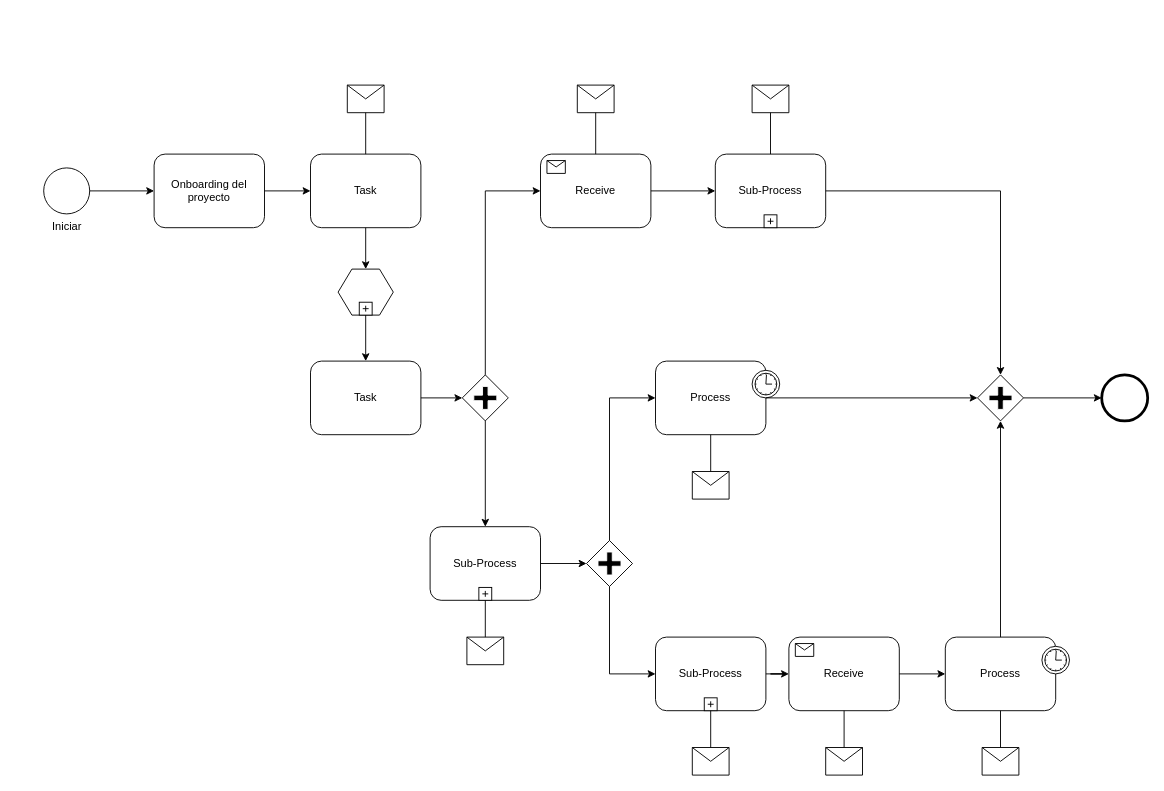
Before: Diagrama sin título.drawio in YOviedo-2402/hello-git, a draw.io diagram. Source tidied: cells renumbered, new cells numbered last; positions are measured from the earlier drawing's top-left corner, leaving out a move shared by most shapes. Both pictures are drawn from the tidied source at 92%, with x=0, y=0 at pixel (43, 85).
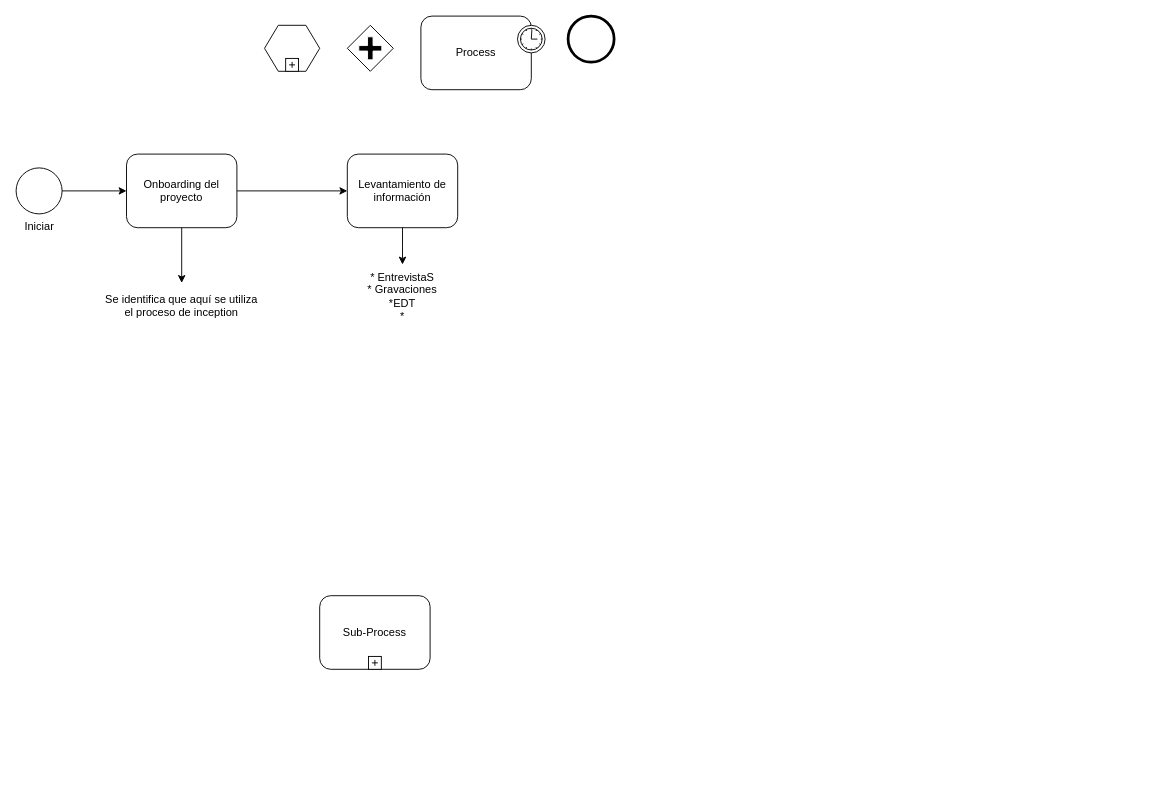
The same diagram, later.

What changed in the source:
```diff
@@
     <mxCell id="2" value="Iniciar" style="shape=mxgraph.bpmn.shape;html=1;verticalLabelPosition=bottom;labelBackgroundColor=#ffffff;verticalAlign=top;perimeter=ellipsePerimeter;outline=standard;symbol=general;" parent="1" vertex="1">
-      <mxGeometry y="90" width="50" height="50" as="geometry" />
+      <mxGeometry x="-30" y="90" width="50" height="50" as="geometry" />
     </mxCell>
     <mxCell id="3" value="Onboarding del proyecto" style="shape=ext;rounded=1;html=1;whiteSpace=wrap;" parent="1" vertex="1">
-      <mxGeometry x="120" y="75" width="120" height="80" as="geometry" />
+      <mxGeometry x="90" y="75" width="120" height="80" as="geometry" />
     </mxCell>
-    <mxCell id="4" value="Task" style="shape=ext;rounded=1;html=1;whiteSpace=wrap;" parent="1" vertex="1">
-      <mxGeometry x="290" y="75" width="120" height="80" as="geometry" />
+    <mxCell id="4" value="Levantamiento de información" style="shape=ext;rounded=1;html=1;whiteSpace=wrap;" parent="1" vertex="1">
+      <mxGeometry x="330" y="75" width="120" height="80" as="geometry" />
     </mxCell>
-    <mxCell id="5" style="shape=message;whiteSpace=wrap;html=1;" parent="1" vertex="1">
-      <mxGeometry x="330" width="40" height="30" as="geometry" />
-    </mxCell>
     <mxCell id="6" style="shape=hexagon;whiteSpace=wrap;html=1;perimeter=hexagonPerimeter;" parent="1" vertex="1">
-      <mxGeometry x="320" y="200" width="60" height="50" as="geometry" />
+      <mxGeometry x="240" y="-65" width="60" height="50" as="geometry" />
     </mxCell>
@@
-    <mxCell id="8" value="Task" style="shape=ext;rounded=1;html=1;whiteSpace=wrap;" parent="1" vertex="1">
-      <mxGeometry x="290" y="300" width="120" height="80" as="geometry" />
-    </mxCell>
-    <mxCell id="9" style="shape=mxgraph.bpmn.shape;html=1;verticalLabelPosition=bottom;labelBackgroundColor=#ffffff;verticalAlign=top;perimeter=rhombusPerimeter;background=gateway;outline=none;symbol=parallelGw;" parent="1" vertex="1">
-      <mxGeometry x="455" y="315" width="50" height="50" as="geometry" />
-    </mxCell>
-    <mxCell id="10" value="Sub-Process" style="html=1;whiteSpace=wrap;rounded=1;" parent="1" vertex="1">
-      <mxGeometry x="730" y="75" width="120" height="80" as="geometry" />
-    </mxCell>
-    <mxCell id="11" style="html=1;shape=plus;" parent="10" vertex="1">
-      <mxGeometry x="0.5" y="1" width="14" height="14" relative="1" as="geometry">
-        <mxPoint x="-7" y="-14" as="offset" />
-      </mxGeometry>
-    </mxCell>
-    <mxCell id="12" value="Receive" style="html=1;whiteSpace=wrap;rounded=1;" parent="1" vertex="1">
-      <mxGeometry x="540" y="75" width="120" height="80" as="geometry" />
-    </mxCell>
-    <mxCell id="13" style="html=1;shape=message;" parent="12" vertex="1">
-      <mxGeometry width="20" height="14" relative="1" as="geometry">
-        <mxPoint x="7" y="7" as="offset" />
-      </mxGeometry>
-    </mxCell>
-    <mxCell id="14" value="Process" style="html=1;whiteSpace=wrap;rounded=1;" parent="1" vertex="1">
-      <mxGeometry x="665" y="300" width="120" height="80" as="geometry" />
-    </mxCell>
-    <mxCell id="15" style="shape=mxgraph.bpmn.timer_start;perimeter=ellipsePerimeter;html=1;labelPosition=right;labelBackgroundColor=#ffffff;align=left;" parent="14" vertex="1">
-      <mxGeometry x="1" width="30" height="30" relative="1" as="geometry">
-        <mxPoint x="-15" y="10" as="offset" />
-      </mxGeometry>
-    </mxCell>
-    <mxCell id="16" value="Process" style="html=1;whiteSpace=wrap;rounded=1;" parent="1" vertex="1">
-      <mxGeometry x="980" y="600" width="120" height="80" as="geometry" />
-    </mxCell>
-    <mxCell id="17" style="shape=mxgraph.bpmn.timer_start;perimeter=ellipsePerimeter;html=1;labelPosition=right;labelBackgroundColor=#ffffff;align=left;" parent="16" vertex="1">
-      <mxGeometry x="1" width="30" height="30" relative="1" as="geometry">
-        <mxPoint x="-15" y="10" as="offset" />
-      </mxGeometry>
-    </mxCell>
-    <mxCell id="18" value="Receive" style="html=1;whiteSpace=wrap;rounded=1;" parent="1" vertex="1">
-      <mxGeometry x="810" y="600" width="120" height="80" as="geometry" />
-    </mxCell>
-    <mxCell id="19" style="html=1;shape=message;" parent="18" vertex="1">
-      <mxGeometry width="20" height="14" relative="1" as="geometry">
-        <mxPoint x="7" y="7" as="offset" />
-      </mxGeometry>
-    </mxCell>
-    <mxCell id="20" value="Sub-Process" style="html=1;whiteSpace=wrap;rounded=1;" parent="1" vertex="1">
-      <mxGeometry x="665" y="600" width="120" height="80" as="geometry" />
-    </mxCell>
-    <mxCell id="21" style="html=1;shape=plus;" parent="20" vertex="1">
-      <mxGeometry x="0.5" y="1" width="14" height="14" relative="1" as="geometry">
-        <mxPoint x="-7" y="-14" as="offset" />
-      </mxGeometry>
-    </mxCell>
-    <mxCell id="22" style="shape=mxgraph.bpmn.shape;html=1;verticalLabelPosition=bottom;labelBackgroundColor=#ffffff;verticalAlign=top;perimeter=rhombusPerimeter;background=gateway;outline=none;symbol=parallelGw;" parent="1" vertex="1">
-      <mxGeometry x="1015" y="315" width="50" height="50" as="geometry" />
-    </mxCell>
     <mxCell id="23" style="shape=mxgraph.bpmn.shape;html=1;verticalLabelPosition=bottom;labelBackgroundColor=#ffffff;verticalAlign=top;perimeter=ellipsePerimeter;outline=end;symbol=general;" parent="1" vertex="1">
-      <mxGeometry x="1150" y="315" width="50" height="50" as="geometry" />
+      <mxGeometry x="570" y="-75" width="50" height="50" as="geometry" />
     </mxCell>
-    <mxCell id="24" style="shape=message;whiteSpace=wrap;html=1;" parent="1" vertex="1">
-      <mxGeometry x="580" width="40" height="30" as="geometry" />
-    </mxCell>
-    <mxCell id="25" style="shape=message;whiteSpace=wrap;html=1;" parent="1" vertex="1">
-      <mxGeometry x="770" width="40" height="30" as="geometry" />
-    </mxCell>
-    <mxCell id="26" value="Sub-Process" style="html=1;whiteSpace=wrap;rounded=1;" parent="1" vertex="1">
-      <mxGeometry x="420" y="480" width="120" height="80" as="geometry" />
-    </mxCell>
-    <mxCell id="27" style="html=1;shape=plus;" parent="26" vertex="1">
-      <mxGeometry x="0.5" y="1" width="14" height="14" relative="1" as="geometry">
-        <mxPoint x="-7" y="-14" as="offset" />
-      </mxGeometry>
-    </mxCell>
-    <mxCell id="28" style="shape=message;whiteSpace=wrap;html=1;" parent="1" vertex="1">
-      <mxGeometry x="460" y="600" width="40" height="30" as="geometry" />
-    </mxCell>
-    <mxCell id="29" style="shape=message;whiteSpace=wrap;html=1;" parent="1" vertex="1">
-      <mxGeometry x="850" y="720" width="40" height="30" as="geometry" />
-    </mxCell>
-    <mxCell id="30" style="shape=message;whiteSpace=wrap;html=1;" parent="1" vertex="1">
-      <mxGeometry x="1020" y="720" width="40" height="30" as="geometry" />
-    </mxCell>
-    <mxCell id="31" style="shape=message;whiteSpace=wrap;html=1;" parent="1" vertex="1">
-      <mxGeometry x="705" y="720" width="40" height="30" as="geometry" />
-    </mxCell>
-    <mxCell id="32" style="shape=message;whiteSpace=wrap;html=1;" parent="1" vertex="1">
-      <mxGeometry x="705" y="420" width="40" height="30" as="geometry" />
-    </mxCell>
@@
-    <mxCell id="34" style="edgeStyle=orthogonalEdgeStyle;rounded=0;html=1;jettySize=auto;endArrow=none;endFill=0;" parent="1" edge="1" source="5" target="4">
-      <mxGeometry relative="1" as="geometry" />
-    </mxCell>
@@
-    <mxCell id="36" style="edgeStyle=orthogonalEdgeStyle;rounded=0;html=1;jettySize=auto;" parent="1" edge="1" source="12" target="10">
-      <mxGeometry relative="1" as="geometry" />
-    </mxCell>
-    <mxCell id="37" style="edgeStyle=orthogonalEdgeStyle;rounded=0;html=1;jettySize=auto;endArrow=none;endFill=0;" parent="1" edge="1" source="24" target="12">
-      <mxGeometry relative="1" as="geometry" />
-    </mxCell>
-    <mxCell id="38" style="edgeStyle=orthogonalEdgeStyle;rounded=0;html=1;jettySize=auto;endArrow=none;endFill=0;" parent="1" edge="1" source="25" target="10">
-      <mxGeometry relative="1" as="geometry" />
-    </mxCell>
-    <mxCell id="39" style="edgeStyle=orthogonalEdgeStyle;rounded=0;html=1;jettySize=auto;" parent="1" edge="1" source="10" target="22">
-      <mxGeometry relative="1" as="geometry">
-        <Array as="points">
-          <mxPoint x="1040" y="115" />
-        </Array>
-      </mxGeometry>
-    </mxCell>
-    <mxCell id="40" style="edgeStyle=orthogonalEdgeStyle;rounded=0;html=1;jettySize=auto;" parent="1" edge="1" source="14" target="22">
-      <mxGeometry relative="1" as="geometry" />
-    </mxCell>
-    <mxCell id="41" style="edgeStyle=orthogonalEdgeStyle;rounded=0;html=1;jettySize=auto;" parent="1" edge="1" source="16" target="22">
-      <mxGeometry relative="1" as="geometry" />
-    </mxCell>
-    <mxCell id="42" style="edgeStyle=orthogonalEdgeStyle;rounded=0;html=1;jettySize=auto;" parent="1" edge="1" source="22" target="23">
-      <mxGeometry relative="1" as="geometry" />
-    </mxCell>
-    <mxCell id="43" style="edgeStyle=orthogonalEdgeStyle;rounded=0;html=1;jettySize=auto;" parent="1" edge="1" source="4" target="6">
-      <mxGeometry relative="1" as="geometry" />
+    <mxCell id="43" style="edgeStyle=orthogonalEdgeStyle;rounded=0;html=1;jettySize=auto;" parent="1" edge="1" source="4">
+      <mxGeometry relative="1" as="geometry">
+        <mxPoint x="390" y="195" as="targetPoint" />
+      </mxGeometry>
     </mxCell>
-    <mxCell id="44" style="edgeStyle=orthogonalEdgeStyle;rounded=0;html=1;jettySize=auto;" parent="1" edge="1" source="6" target="8">
-      <mxGeometry relative="1" as="geometry" />
-    </mxCell>
-    <mxCell id="45" style="edgeStyle=orthogonalEdgeStyle;rounded=0;html=1;jettySize=auto;" parent="1" edge="1" source="8" target="9">
-      <mxGeometry relative="1" as="geometry" />
-    </mxCell>
-    <mxCell id="46" style="edgeStyle=orthogonalEdgeStyle;rounded=0;html=1;jettySize=auto;" parent="1" edge="1" source="9" target="12">
-      <mxGeometry relative="1" as="geometry">
-        <Array as="points">
-          <mxPoint x="480" y="115" />
-        </Array>
-      </mxGeometry>
-    </mxCell>
-    <mxCell id="47" style="edgeStyle=orthogonalEdgeStyle;rounded=0;html=1;jettySize=auto;" parent="1" edge="1" source="9" target="26">
-      <mxGeometry relative="1" as="geometry" />
-    </mxCell>
-    <mxCell id="48" style="edgeStyle=orthogonalEdgeStyle;rounded=0;html=1;jettySize=auto;endArrow=none;endFill=0;" parent="1" edge="1" source="28" target="26">
-      <mxGeometry relative="1" as="geometry" />
-    </mxCell>
-    <mxCell id="49" style="shape=mxgraph.bpmn.shape;html=1;verticalLabelPosition=bottom;labelBackgroundColor=#ffffff;verticalAlign=top;perimeter=rhombusPerimeter;background=gateway;outline=none;symbol=parallelGw;" parent="1" vertex="1">
-      <mxGeometry x="590" y="495" width="50" height="50" as="geometry" />
-    </mxCell>
-    <mxCell id="50" style="edgeStyle=orthogonalEdgeStyle;rounded=0;html=1;jettySize=auto;" parent="1" edge="1" source="49" target="20">
-      <mxGeometry relative="1" as="geometry">
-        <Array as="points">
-          <mxPoint x="615" y="640" />
-        </Array>
-      </mxGeometry>
-    </mxCell>
-    <mxCell id="51" style="edgeStyle=orthogonalEdgeStyle;rounded=0;html=1;jettySize=auto;" parent="1" edge="1" source="49" target="14">
-      <mxGeometry relative="1" as="geometry">
-        <Array as="points">
-          <mxPoint x="615" y="340" />
-        </Array>
-      </mxGeometry>
-    </mxCell>
-    <mxCell id="52" style="edgeStyle=orthogonalEdgeStyle;rounded=0;html=1;jettySize=auto;endArrow=none;endFill=0;" parent="1" edge="1" source="32" target="14">
-      <mxGeometry relative="1" as="geometry" />
-    </mxCell>
-    <mxCell id="53" style="edgeStyle=orthogonalEdgeStyle;rounded=0;html=1;jettySize=auto;" parent="1" edge="1" source="26" target="49">
-      <mxGeometry relative="1" as="geometry" />
-    </mxCell>
-    <mxCell id="54" style="edgeStyle=orthogonalEdgeStyle;rounded=0;html=1;jettySize=auto;" parent="1" edge="1" source="20" target="18">
-      <mxGeometry relative="1" as="geometry" />
-    </mxCell>
-    <mxCell id="55" style="edgeStyle=orthogonalEdgeStyle;rounded=0;html=1;jettySize=auto;endArrow=none;endFill=0;" parent="1" edge="1" source="31" target="20">
-      <mxGeometry relative="1" as="geometry" />
-    </mxCell>
-    <mxCell id="56" style="edgeStyle=orthogonalEdgeStyle;rounded=0;html=1;jettySize=auto;endArrow=none;endFill=0;" parent="1" edge="1" source="29" target="18">
-      <mxGeometry relative="1" as="geometry" />
-    </mxCell>
-    <mxCell id="57" style="edgeStyle=orthogonalEdgeStyle;rounded=0;html=1;jettySize=auto;endArrow=none;endFill=0;" parent="1" edge="1" source="30" target="16">
-      <mxGeometry relative="1" as="geometry" />
-    </mxCell>
-    <mxCell id="58" style="edgeStyle=orthogonalEdgeStyle;rounded=0;html=1;jettySize=auto;" parent="1" edge="1" source="18" target="16">
-      <mxGeometry relative="1" as="geometry" />
-    </mxCell>
+    <mxCell id="59" style="edgeStyle=orthogonalEdgeStyle;rounded=0;jettySize=auto;html=1;" parent="1" edge="1" source="3" target="60">
+      <mxGeometry relative="1" as="geometry" />
+    </mxCell>
+    <mxCell id="60" value="Se identifica que aquí se utiliza el proceso de inception" style="text;html=1;align=center;verticalAlign=middle;whiteSpace=wrap;rounded=0;" parent="1" vertex="1">
+      <mxGeometry x="65" y="215" width="170" height="50" as="geometry" />
+    </mxCell>
+    <mxCell id="61" style="shape=mxgraph.bpmn.shape;html=1;verticalLabelPosition=bottom;labelBackgroundColor=#ffffff;verticalAlign=top;perimeter=rhombusPerimeter;background=gateway;outline=none;symbol=parallelGw;" parent="1" vertex="1">
+      <mxGeometry x="330" y="-65" width="50" height="50" as="geometry" />
+    </mxCell>
+    <mxCell id="62" value="Process" style="html=1;whiteSpace=wrap;rounded=1;" parent="1" vertex="1">
+      <mxGeometry x="410" y="-75" width="120" height="80" as="geometry" />
+    </mxCell>
+    <mxCell id="63" style="shape=mxgraph.bpmn.timer_start;perimeter=ellipsePerimeter;html=1;labelPosition=right;labelBackgroundColor=#ffffff;align=left;" parent="62" vertex="1">
+      <mxGeometry x="1" width="30" height="30" relative="1" as="geometry">
+        <mxPoint x="-15" y="10" as="offset" />
+      </mxGeometry>
+    </mxCell>
+    <mxCell id="64" value="Sub-Process" style="html=1;whiteSpace=wrap;rounded=1;" parent="1" vertex="1">
+      <mxGeometry x="300" y="555" width="120" height="80" as="geometry" />
+    </mxCell>
+    <mxCell id="65" style="html=1;shape=plus;" parent="64" vertex="1">
+      <mxGeometry x="0.5" y="1" width="14" height="14" relative="1" as="geometry">
+        <mxPoint x="-7" y="-14" as="offset" />
+      </mxGeometry>
+    </mxCell>
+    <mxCell id="66" value="* EntrevistaS&lt;div&gt;* Gravaciones&lt;/div&gt;&lt;div&gt;*EDT&lt;/div&gt;&lt;div&gt;*&lt;/div&gt;" style="text;html=1;align=center;verticalAlign=middle;whiteSpace=wrap;rounded=0;" parent="1" vertex="1">
+      <mxGeometry x="340" y="195" width="100" height="70" as="geometry" />
+    </mxCell>
```
